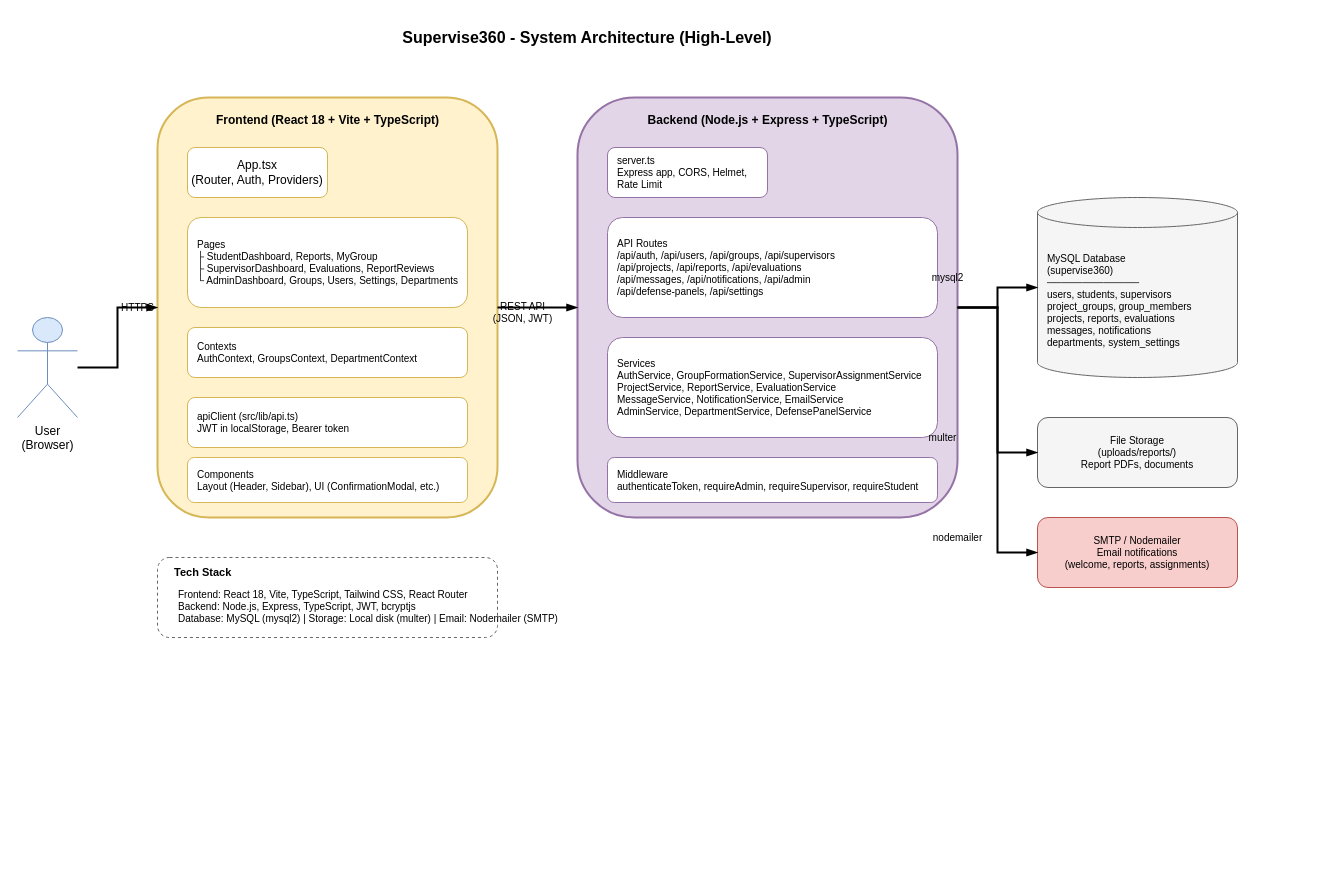
Chidera584/supervise360 keeps this draw.io diagram as diagrams/04-system-architecture-diagram.drawio. Above is the earlier version. Source tidied: cells renumbered, new cells numbered last; positions are measured from the earlier drawing's top-left corner, leaving out a move shared by most shapes. Both pictures are drawn from the tidied source at 100%, with x=0, y=0 at pixel (17, 17).
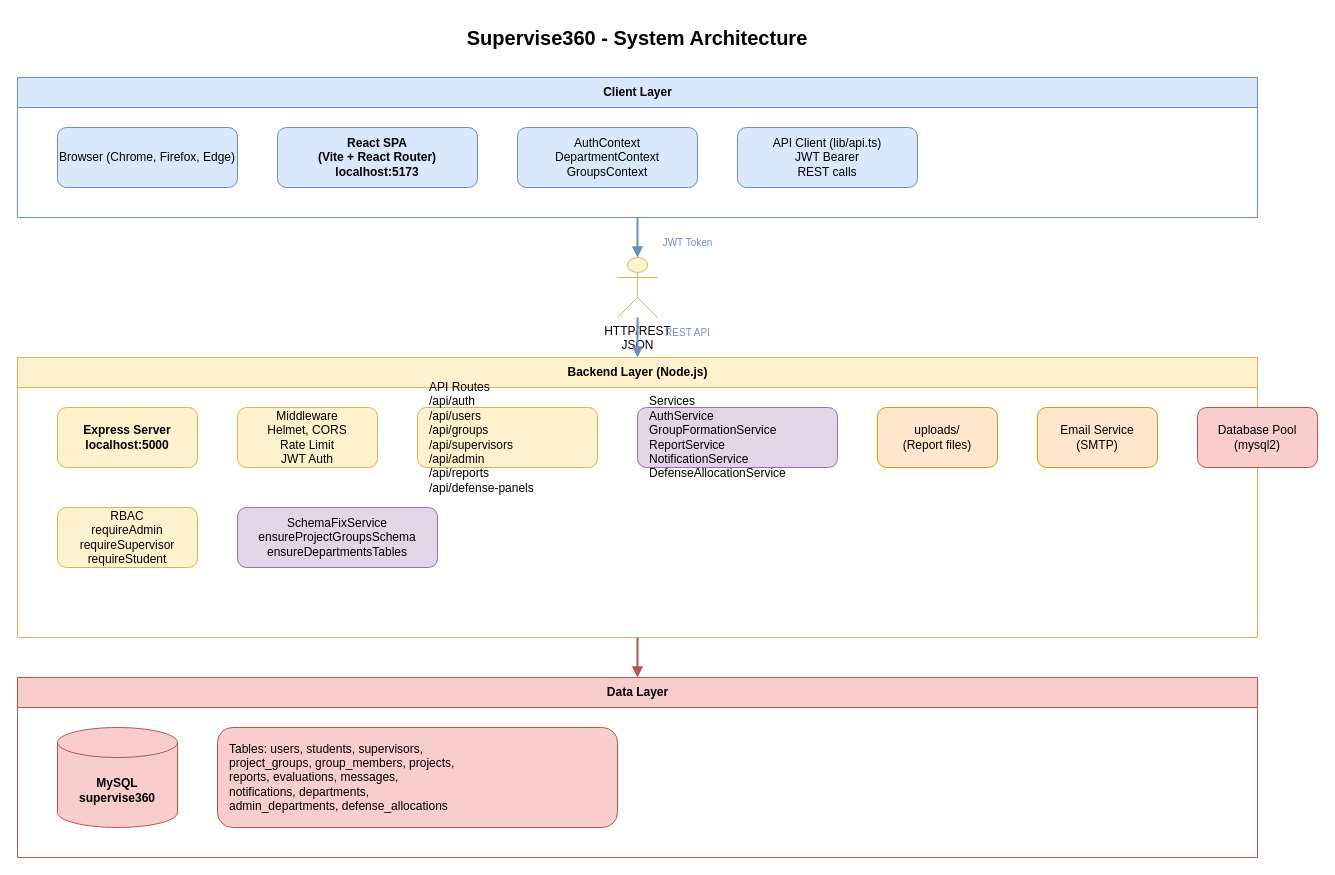
Above is the later version.

Commit message (it also covers changes not shown here):
Add Draw.io XML diagrams: use case, ER, sequence, system architecture

The edit, as a diff of the source:
```diff
@@
-    <mxCell id="2" value="Supervise360 - System Architecture (High-Level)" style="text;html=1;strokeColor=none;fillColor=none;align=center;verticalAlign=middle;whiteSpace=wrap;rounded=0;fontStyle=1;fontSize=16;" parent="1" vertex="1">
-      <mxGeometry x="320" width="500" height="40" as="geometry" />
+    <mxCell id="2" value="Supervise360 - System Architecture" style="text;html=1;strokeColor=none;fillColor=none;align=center;verticalAlign=middle;whiteSpace=wrap;rounded=0;fontSize=20;fontStyle=1;" parent="1" vertex="1">
+      <mxGeometry x="370" width="500" height="40" as="geometry" />
     </mxCell>
-    <mxCell id="3" value="User&#10;(Browser)" style="shape=umlActor;verticalLabelPosition=bottom;verticalAlign=top;html=1;outlineConnect=0;fillColor=#dae8fc;strokeColor=#6c8ebf;" parent="1" vertex="1">
-      <mxGeometry y="300" width="60" height="100" as="geometry" />
-    </mxCell>
-    <mxCell id="4" style="rounded=1;whiteSpace=wrap;html=1;fillColor=#fff2cc;strokeColor=#d6b656;strokeWidth=2;dashed=0;" parent="1" vertex="1">
-      <mxGeometry x="140" y="80" width="340" height="420" as="geometry" />
-    </mxCell>
-    <mxCell id="5" value="Frontend (React 18 + Vite + TypeScript)" style="text;html=1;strokeColor=none;fillColor=none;align=center;verticalAlign=middle;fontStyle=1;fontSize=12;" parent="1" vertex="1">
-      <mxGeometry x="200" y="90" width="220" height="25" as="geometry" />
-    </mxCell>
-    <mxCell id="6" value="App.tsx&#10;(Router, Auth, Providers)" style="rounded=1;whiteSpace=wrap;html=1;fillColor=#ffffff;strokeColor=#d6b656;" parent="1" vertex="1">
-      <mxGeometry x="170" y="130" width="140" height="50" as="geometry" />
-    </mxCell>
-    <mxCell id="7" value="Pages&#10;├ StudentDashboard, Reports, MyGroup&#10;├ SupervisorDashboard, Evaluations, ReportReviews&#10;└ AdminDashboard, Groups, Users, Settings, Departments" style="rounded=1;whiteSpace=wrap;html=1;fillColor=#ffffff;strokeColor=#d6b656;align=left;spacingLeft=8;fontSize=10;" parent="1" vertex="1">
-      <mxGeometry x="170" y="200" width="280" height="90" as="geometry" />
-    </mxCell>
-    <mxCell id="8" value="Contexts&#10;AuthContext, GroupsContext, DepartmentContext" style="rounded=1;whiteSpace=wrap;html=1;fillColor=#ffffff;strokeColor=#d6b656;align=left;spacingLeft=8;fontSize=10;" parent="1" vertex="1">
-      <mxGeometry x="170" y="310" width="280" height="50" as="geometry" />
-    </mxCell>
-    <mxCell id="9" value="apiClient (src/lib/api.ts)&#10;JWT in localStorage, Bearer token" style="rounded=1;whiteSpace=wrap;html=1;fillColor=#ffffff;strokeColor=#d6b656;align=left;spacingLeft=8;fontSize=10;" parent="1" vertex="1">
-      <mxGeometry x="170" y="380" width="280" height="50" as="geometry" />
-    </mxCell>
-    <mxCell id="10" value="Components&#10;Layout (Header, Sidebar), UI (ConfirmationModal, etc.)" style="rounded=1;whiteSpace=wrap;html=1;fillColor=#ffffff;strokeColor=#d6b656;align=left;spacingLeft=8;fontSize=10;" parent="1" vertex="1">
-      <mxGeometry x="170" y="440" width="280" height="45" as="geometry" />
-    </mxCell>
+    <mxCell id="33" value="Client Layer" style="swimlane;html=1;horizontal=1;startSize=30;fillColor=#dae8fc;strokeColor=#6c8ebf;fontStyle=1;fontSize=12;" parent="1" vertex="1">
+      <mxGeometry y="60" width="1240" height="140" as="geometry" />
+    </mxCell>
+    <mxCell id="34" value="Browser (Chrome, Firefox, Edge)" style="rounded=1;whiteSpace=wrap;html=1;fillColor=#dae8fc;strokeColor=#6c8ebf;" parent="33" vertex="1">
+      <mxGeometry x="40" y="50" width="180" height="60" as="geometry" />
+    </mxCell>
+    <mxCell id="35" value="React SPA&#10;(Vite + React Router)&#10;localhost:5173" style="rounded=1;whiteSpace=wrap;html=1;fillColor=#dae8fc;strokeColor=#6c8ebf;fontStyle=1;" parent="33" vertex="1">
+      <mxGeometry x="260" y="50" width="200" height="60" as="geometry" />
+    </mxCell>
+    <mxCell id="36" value="AuthContext&#10;DepartmentContext&#10;GroupsContext" style="rounded=1;whiteSpace=wrap;html=1;fillColor=#dae8fc;strokeColor=#6c8ebf;" parent="33" vertex="1">
+      <mxGeometry x="500" y="50" width="180" height="60" as="geometry" />
+    </mxCell>
+    <mxCell id="37" value="API Client (lib/api.ts)&#10;JWT Bearer&#10;REST calls" style="rounded=1;whiteSpace=wrap;html=1;fillColor=#dae8fc;strokeColor=#6c8ebf;" parent="33" vertex="1">
+      <mxGeometry x="720" y="50" width="180" height="60" as="geometry" />
+    </mxCell>
+    <mxCell id="38" value="HTTP/REST&#10;JSON" style="shape=umlActor;verticalLabelPosition=bottom;verticalAlign=top;html=1;fillColor=#fff2cc;strokeColor=#d6b656;" parent="1" vertex="1">
+      <mxGeometry x="600" y="240" width="40" height="60" as="geometry" />
+    </mxCell>
+    <mxCell id="39" style="endArrow=block;html=1;rounded=0;strokeWidth=2;strokeColor=#6c8ebf;" parent="1" edge="1">
+      <mxGeometry relative="1" as="geometry">
+        <mxPoint x="620" y="200" as="sourcePoint" />
+        <mxPoint x="620" y="240" as="targetPoint" />
+      </mxGeometry>
+    </mxCell>
+    <mxCell id="40" style="endArrow=block;html=1;rounded=0;strokeWidth=2;strokeColor=#6c8ebf;" parent="1" edge="1">
+      <mxGeometry relative="1" as="geometry">
+        <mxPoint x="620" y="300" as="sourcePoint" />
+        <mxPoint x="620" y="340" as="targetPoint" />
+      </mxGeometry>
+    </mxCell>
-    <mxCell id="11" style="rounded=1;whiteSpace=wrap;html=1;fillColor=#e1d5e7;strokeColor=#9673a6;strokeWidth=2;dashed=0;" parent="1" vertex="1">
-      <mxGeometry x="560" y="80" width="380" height="420" as="geometry" />
+    <mxCell id="11" value="Backend Layer (Node.js)" style="swimlane;html=1;horizontal=1;startSize=30;fillColor=#fff2cc;strokeColor=#d6b656;fontStyle=1;fontSize=12;" parent="1" vertex="1">
+      <mxGeometry y="340" width="1240" height="280" as="geometry" />
     </mxCell>
-    <mxCell id="12" value="Backend (Node.js + Express + TypeScript)" style="text;html=1;strokeColor=none;fillColor=none;align=center;verticalAlign=middle;fontStyle=1;fontSize=12;" parent="1" vertex="1">
-      <mxGeometry x="620" y="90" width="260" height="25" as="geometry" />
-    </mxCell>
-    <mxCell id="13" value="server.ts&#10;Express app, CORS, Helmet, Rate Limit" style="rounded=1;whiteSpace=wrap;html=1;fillColor=#ffffff;strokeColor=#9673a6;align=left;spacingLeft=8;fontSize=10;" parent="1" vertex="1">
-      <mxGeometry x="590" y="130" width="160" height="50" as="geometry" />
-    </mxCell>
-    <mxCell id="14" value="API Routes&#10;/api/auth, /api/users, /api/groups, /api/supervisors&#10;/api/projects, /api/reports, /api/evaluations&#10;/api/messages, /api/notifications, /api/admin&#10;/api/defense-panels, /api/settings" style="rounded=1;whiteSpace=wrap;html=1;fillColor=#ffffff;strokeColor=#9673a6;align=left;spacingLeft=8;fontSize=10;" parent="1" vertex="1">
-      <mxGeometry x="590" y="200" width="330" height="100" as="geometry" />
-    </mxCell>
-    <mxCell id="15" value="Services&#10;AuthService, GroupFormationService, SupervisorAssignmentService&#10;ProjectService, ReportService, EvaluationService&#10;MessageService, NotificationService, EmailService&#10;AdminService, DepartmentService, DefensePanelService" style="rounded=1;whiteSpace=wrap;html=1;fillColor=#ffffff;strokeColor=#9673a6;align=left;spacingLeft=8;fontSize=10;" parent="1" vertex="1">
-      <mxGeometry x="590" y="320" width="330" height="100" as="geometry" />
-    </mxCell>
-    <mxCell id="16" value="Middleware&#10;authenticateToken, requireAdmin, requireSupervisor, requireStudent" style="rounded=1;whiteSpace=wrap;html=1;fillColor=#ffffff;strokeColor=#9673a6;align=left;spacingLeft=8;fontSize=10;" parent="1" vertex="1">
-      <mxGeometry x="590" y="440" width="330" height="45" as="geometry" />
-    </mxCell>
-    <mxCell id="17" value="MySQL Database&#10;(supervise360)&#10;─────────────&#10;users, students, supervisors&#10;project_groups, group_members&#10;projects, reports, evaluations&#10;messages, notifications&#10;departments, system_settings" style="shape=cylinder3;whiteSpace=wrap;html=1;boundedLbl=1;backgroundOutline=1;size=15;fillColor=#f5f5f5;strokeColor=#666666;fontSize=10;align=left;spacingLeft=8;" parent="1" vertex="1">
-      <mxGeometry x="1020" y="180" width="200" height="180" as="geometry" />
-    </mxCell>
-    <mxCell id="18" value="File Storage&#10;(uploads/reports/)&#10;Report PDFs, documents" style="rounded=1;whiteSpace=wrap;html=1;fillColor=#f5f5f5;strokeColor=#666666;fontSize=10;" parent="1" vertex="1">
-      <mxGeometry x="1020" y="400" width="200" height="70" as="geometry" />
-    </mxCell>
+    <mxCell id="41" value="Express Server&#10;localhost:5000" style="rounded=1;whiteSpace=wrap;html=1;fillColor=#fff2cc;strokeColor=#d6b656;fontStyle=1;" parent="11" vertex="1">
+      <mxGeometry x="40" y="50" width="140" height="60" as="geometry" />
+    </mxCell>
+    <mxCell id="42" value="Middleware&#10;Helmet, CORS&#10;Rate Limit&#10;JWT Auth" style="rounded=1;whiteSpace=wrap;html=1;fillColor=#fff2cc;strokeColor=#d6b656;" parent="11" vertex="1">
+      <mxGeometry x="220" y="50" width="140" height="60" as="geometry" />
+    </mxCell>
+    <mxCell id="43" value="API Routes&#10;/api/auth&#10;/api/users&#10;/api/groups&#10;/api/supervisors&#10;/api/admin&#10;/api/reports&#10;/api/defense-panels" style="rounded=1;whiteSpace=wrap;html=1;fillColor=#fff2cc;strokeColor=#d6b656;align=left;spacingLeft=10;" parent="11" vertex="1">
+      <mxGeometry x="400" y="50" width="180" height="60" as="geometry" />
+    </mxCell>
+    <mxCell id="44" value="Services&#10;AuthService&#10;GroupFormationService&#10;ReportService&#10;NotificationService&#10;DefenseAllocationService" style="rounded=1;whiteSpace=wrap;html=1;fillColor=#e1d5e7;strokeColor=#9673a6;align=left;spacingLeft=10;" parent="11" vertex="1">
+      <mxGeometry x="620" y="50" width="200" height="60" as="geometry" />
+    </mxCell>
+    <mxCell id="45" value="uploads/&#10;(Report files)" style="rounded=1;whiteSpace=wrap;html=1;fillColor=#ffe6cc;strokeColor=#d79b00;" parent="11" vertex="1">
+      <mxGeometry x="860" y="50" width="120" height="60" as="geometry" />
+    </mxCell>
-    <mxCell id="19" value="SMTP / Nodemailer&#10;Email notifications&#10;(welcome, reports, assignments)" style="rounded=1;whiteSpace=wrap;html=1;fillColor=#f8cecc;strokeColor=#b85450;fontSize=10;" parent="1" vertex="1">
-      <mxGeometry x="1020" y="500" width="200" height="70" as="geometry" />
+    <mxCell id="19" value="Email Service&#10;(SMTP)" style="rounded=1;whiteSpace=wrap;html=1;fillColor=#ffe6cc;strokeColor=#d79b00;" parent="11" vertex="1">
+      <mxGeometry x="1020" y="50" width="120" height="60" as="geometry" />
     </mxCell>
-    <mxCell id="20" style="edgeStyle=orthogonalEdgeStyle;rounded=0;jettySize=auto;html=1;endArrow=blockThin;endFill=1;strokeWidth=2;" parent="1" edge="1" source="3" target="4">
-      <mxGeometry relative="1" as="geometry" />
-    </mxCell>
-    <mxCell id="21" value="HTTPS" style="text;html=1;align=center;verticalAlign=middle;fontSize=10;" parent="1" vertex="1">
-      <mxGeometry x="95" y="280" width="50" height="20" as="geometry" />
-    </mxCell>
-    <mxCell id="22" style="edgeStyle=orthogonalEdgeStyle;rounded=0;jettySize=auto;html=1;endArrow=blockThin;endFill=1;strokeWidth=2;" parent="1" edge="1" source="4" target="11">
-      <mxGeometry relative="1" as="geometry" />
-    </mxCell>
-    <mxCell id="23" value="REST API&#10;(JSON, JWT)" style="text;html=1;align=center;verticalAlign=middle;fontSize=10;" parent="1" vertex="1">
-      <mxGeometry x="465" y="280" width="80" height="30" as="geometry" />
-    </mxCell>
-    <mxCell id="24" style="edgeStyle=orthogonalEdgeStyle;rounded=0;jettySize=auto;html=1;endArrow=blockThin;endFill=1;strokeWidth=2;" parent="1" edge="1" source="11" target="17">
-      <mxGeometry relative="1" as="geometry" />
-    </mxCell>
-    <mxCell id="25" value="mysql2" style="text;html=1;align=center;verticalAlign=middle;fontSize=10;" parent="1" vertex="1">
-      <mxGeometry x="900" y="250" width="60" height="20" as="geometry" />
-    </mxCell>
-    <mxCell id="26" style="edgeStyle=orthogonalEdgeStyle;rounded=0;jettySize=auto;html=1;endArrow=blockThin;endFill=1;strokeWidth=2;" parent="1" edge="1" source="11" target="18">
-      <mxGeometry relative="1" as="geometry" />
-    </mxCell>
-    <mxCell id="27" value="multer" style="text;html=1;align=center;verticalAlign=middle;fontSize=10;" parent="1" vertex="1">
-      <mxGeometry x="900" y="410" width="50" height="20" as="geometry" />
-    </mxCell>
-    <mxCell id="28" style="edgeStyle=orthogonalEdgeStyle;rounded=0;jettySize=auto;html=1;endArrow=blockThin;endFill=1;strokeWidth=2;" parent="1" edge="1" source="11" target="19">
-      <mxGeometry relative="1" as="geometry" />
-    </mxCell>
-    <mxCell id="29" value="nodemailer" style="text;html=1;align=center;verticalAlign=middle;fontSize=10;" parent="1" vertex="1">
-      <mxGeometry x="900" y="510" width="80" height="20" as="geometry" />
-    </mxCell>
-    <mxCell id="30" style="rounded=1;whiteSpace=wrap;html=1;fillColor=#ffffff;strokeColor=#666666;strokeWidth=1;dashed=1;" parent="1" vertex="1">
-      <mxGeometry x="140" y="540" width="340" height="80" as="geometry" />
-    </mxCell>
-    <mxCell id="31" value="Tech Stack" style="text;html=1;strokeColor=none;fillColor=none;align=left;verticalAlign=middle;fontStyle=1;fontSize=11;" parent="1" vertex="1">
-      <mxGeometry x="155" y="545" width="80" height="20" as="geometry" />
-    </mxCell>
-    <mxCell id="32" value="Frontend: React 18, Vite, TypeScript, Tailwind CSS, React Router&#10;Backend: Node.js, Express, TypeScript, JWT, bcryptjs&#10;Database: MySQL (mysql2) | Storage: Local disk (multer) | Email: Nodemailer (SMTP)" style="text;html=1;strokeColor=none;fillColor=none;align=left;verticalAlign=top;spacingLeft=4;fontSize=10;" parent="1" vertex="1">
-      <mxGeometry x="155" y="565" width="310" height="50" as="geometry" />
-    </mxCell>
+    <mxCell id="46" value="Database Pool&#10;(mysql2)" style="rounded=1;whiteSpace=wrap;html=1;fillColor=#f8cecc;strokeColor=#b85450;" parent="11" vertex="1">
+      <mxGeometry x="1180" y="50" width="120" height="60" as="geometry" />
+    </mxCell>
+    <mxCell id="47" value="RBAC&#10;requireAdmin&#10;requireSupervisor&#10;requireStudent" style="rounded=1;whiteSpace=wrap;html=1;fillColor=#fff2cc;strokeColor=#d6b656;" parent="11" vertex="1">
+      <mxGeometry x="40" y="150" width="140" height="60" as="geometry" />
+    </mxCell>
+    <mxCell id="48" value="SchemaFixService&#10;ensureProjectGroupsSchema&#10;ensureDepartmentsTables" style="rounded=1;whiteSpace=wrap;html=1;fillColor=#e1d5e7;strokeColor=#9673a6;" parent="11" vertex="1">
+      <mxGeometry x="220" y="150" width="200" height="60" as="geometry" />
+    </mxCell>
+    <mxCell id="49" value="Data Layer" style="swimlane;html=1;horizontal=1;startSize=30;fillColor=#f8cecc;strokeColor=#b85450;fontStyle=1;fontSize=12;" parent="1" vertex="1">
+      <mxGeometry y="660" width="1240" height="180" as="geometry" />
+    </mxCell>
+    <mxCell id="50" value="MySQL&#10;supervise360" style="shape=cylinder3;whiteSpace=wrap;html=1;boundedLbl=1;backgroundOutline=1;size=15;fillColor=#f8cecc;strokeColor=#b85450;fontStyle=1;" parent="49" vertex="1">
+      <mxGeometry x="40" y="50" width="120" height="100" as="geometry" />
+    </mxCell>
+    <mxCell id="51" value="Tables: users, students, supervisors,&#10;project_groups, group_members, projects,&#10;reports, evaluations, messages,&#10;notifications, departments,&#10;admin_departments, defense_allocations" style="rounded=1;whiteSpace=wrap;html=1;fillColor=#f8cecc;strokeColor=#b85450;align=left;spacingLeft=10;" parent="49" vertex="1">
+      <mxGeometry x="200" y="50" width="400" height="100" as="geometry" />
+    </mxCell>
+    <mxCell id="52" style="endArrow=block;html=1;rounded=0;strokeWidth=2;strokeColor=#b85450;" parent="1" edge="1">
+      <mxGeometry relative="1" as="geometry">
+        <mxPoint x="620" y="620" as="sourcePoint" />
+        <mxPoint x="620" y="660" as="targetPoint" />
+      </mxGeometry>
+    </mxCell>
+    <mxCell id="53" value="JWT Token" style="text;html=1;strokeColor=none;fillColor=none;align=center;verticalAlign=middle;fontSize=10;fontColor=#6c8ebf;" parent="1" vertex="1">
+      <mxGeometry x="640" y="215" width="60" height="20" as="geometry" />
+    </mxCell>
+    <mxCell id="54" value="REST API" style="text;html=1;strokeColor=none;fillColor=none;align=center;verticalAlign=middle;fontSize=10;fontColor=#6c8ebf;" parent="1" vertex="1">
+      <mxGeometry x="635" y="305" width="70" height="20" as="geometry" />
+    </mxCell>
```
